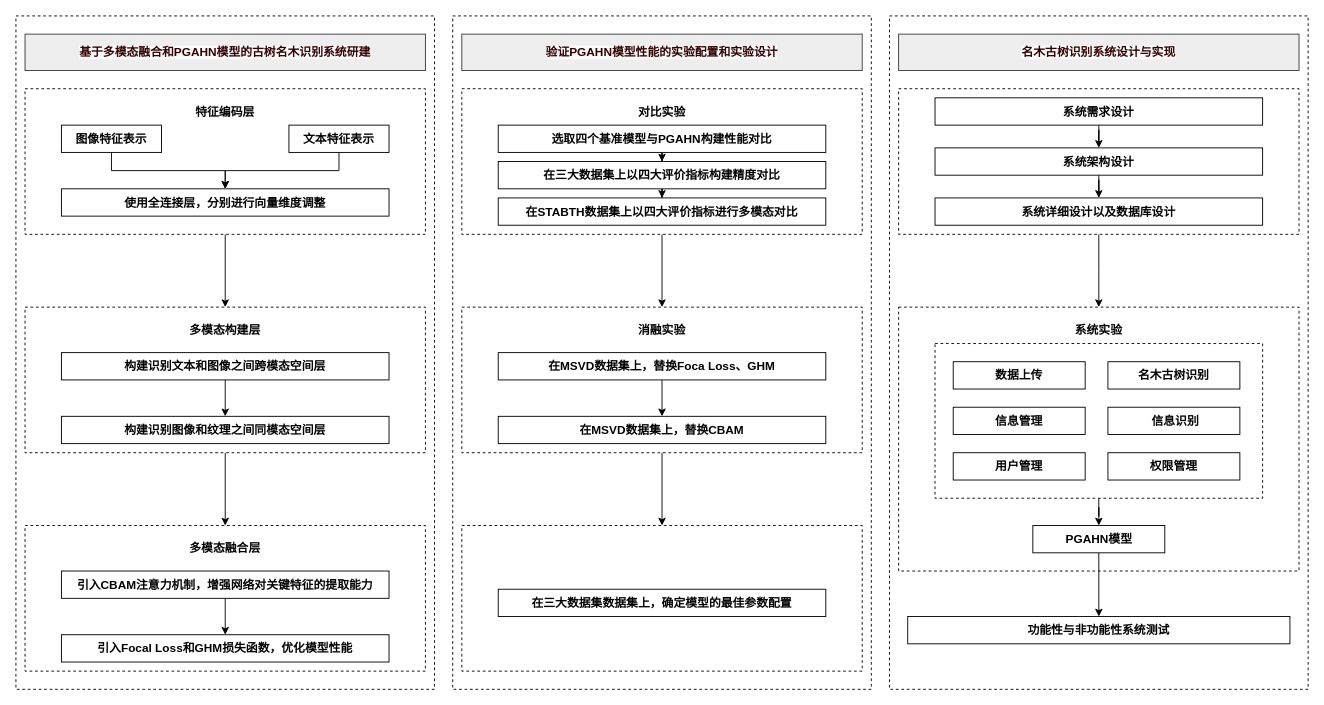
Above: word/第1章/第一章.drawio in ssl1995/imooc-wiki (draw.io), before the change. Source tidied: cells renumbered, new cells numbered last; positions are measured from the earlier drawing's top-left corner, leaving out a move shared by most shapes. Both pictures are drawn from the tidied source at 91%, with x=0, y=0 at pixel (15, 15).
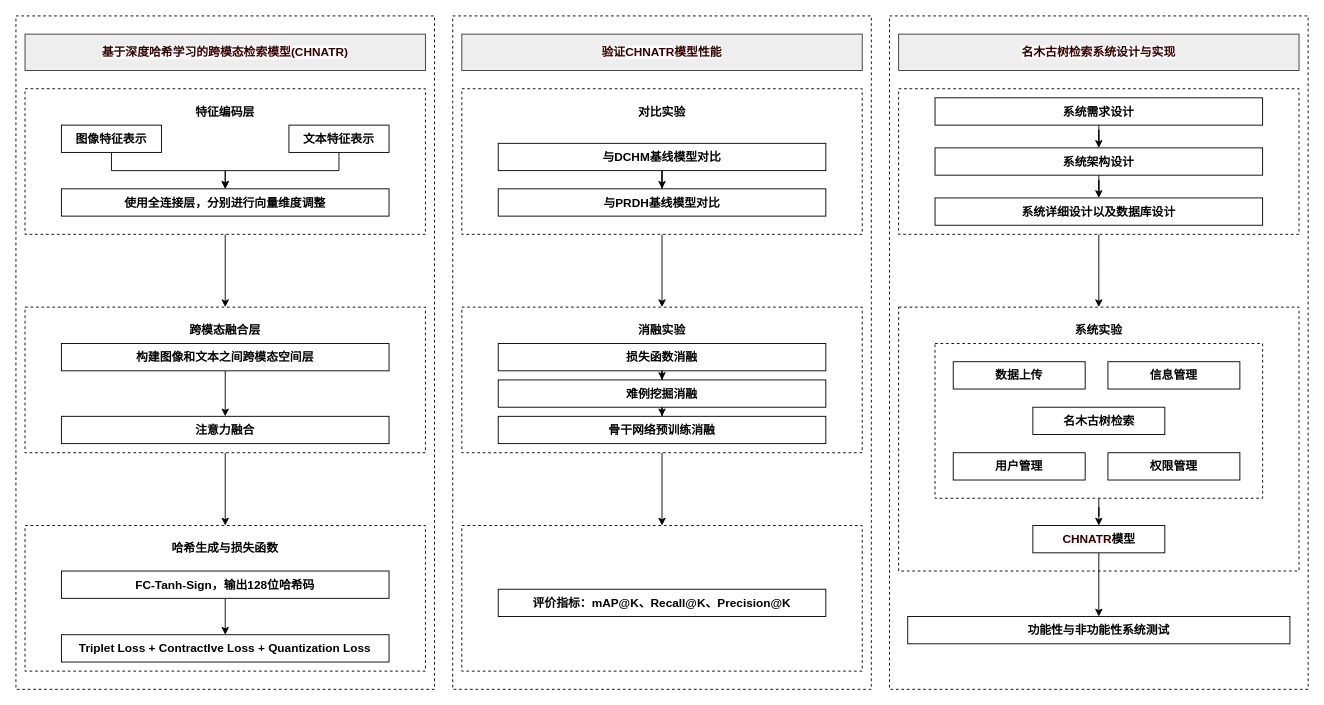
The same page after the edit.

Change to the diagram source:
```diff
@@
-    <mxCell id="8" value="&lt;div style=&quot;text-align: left;&quot;&gt;&lt;font face=&quot;微软雅黑&quot; style=&quot;color: rgb(51, 0, 0);&quot;&gt;&lt;span style=&quot;caret-color: rgb(231, 79, 76); background-color: rgb(250, 250, 250);&quot;&gt;&lt;span&gt;基于多模态融合和PGAHN模型的古树名木识别系统研建&lt;/span&gt;&lt;/span&gt;&lt;/font&gt;&lt;/div&gt;" style="rounded=0;whiteSpace=wrap;html=1;fontStyle=1;fillColor=#eeeeee;strokeColor=#36393d;fontSize=13;" parent="1" vertex="1">
+    <mxCell id="8" value="&lt;div style=&quot;text-align: left;&quot;&gt;&lt;font face=&quot;微软雅黑&quot; style=&quot;color: rgb(51, 0, 0);&quot;&gt;&lt;span style=&quot;caret-color: rgb(231, 79, 76); background-color: rgb(250, 250, 250);&quot;&gt;&lt;span&gt;基于深度哈希学习的跨模态检索模型(CHNATR)&lt;/span&gt;&lt;/span&gt;&lt;/font&gt;&lt;/div&gt;" style="rounded=0;whiteSpace=wrap;html=1;fontStyle=1;fillColor=#eeeeee;strokeColor=#36393d;fontSize=13;" parent="1" vertex="1">
       <mxGeometry x="10" y="20" width="440" height="40" as="geometry" />
     </mxCell>
@@
-    <mxCell id="19" value="多模态构建层" style="rounded=0;whiteSpace=wrap;html=1;fillColor=none;strokeColor=none;fontSize=13;fontStyle=1;" parent="1" vertex="1">
+    <mxCell id="19" value="跨模态融合层" style="rounded=0;whiteSpace=wrap;html=1;fillColor=none;strokeColor=none;fontSize=13;fontStyle=1;" parent="1" vertex="1">
       <mxGeometry x="170" y="330" width="120" height="30" as="geometry" />
     </mxCell>
@@
-    <mxCell id="21" value="构建识别文本和图像之间跨模态空间层" style="rounded=0;whiteSpace=wrap;html=1;fontSize=13;fontStyle=1;" parent="1" vertex="1">
-      <mxGeometry x="50" y="370" width="360" height="30" as="geometry" />
+    <mxCell id="21" value="构建图像和文本之间跨模态空间层" style="rounded=0;whiteSpace=wrap;html=1;fontSize=13;fontStyle=1;" parent="1" vertex="1">
+      <mxGeometry x="50" y="360" width="360" height="30" as="geometry" />
     </mxCell>
-    <mxCell id="22" value="构建识别图像和纹理之间同模态空间层" style="rounded=0;whiteSpace=wrap;html=1;fontSize=13;fontStyle=1;" parent="1" vertex="1">
+    <mxCell id="22" value="注意力融合" style="rounded=0;whiteSpace=wrap;html=1;fontSize=13;fontStyle=1;" parent="1" vertex="1">
       <mxGeometry x="50" y="440" width="360" height="30" as="geometry" />
     </mxCell>
@@
-    <mxCell id="24" value="多模态融合层" style="rounded=0;whiteSpace=wrap;html=1;strokeColor=none;fontSize=13;fontStyle=1;" parent="1" vertex="1">
+    <mxCell id="24" value="哈希生成与损失函数" style="rounded=0;whiteSpace=wrap;html=1;strokeColor=none;fontSize=13;fontStyle=1;" parent="1" vertex="1">
       <mxGeometry x="170" y="570" width="120" height="30" as="geometry" />
     </mxCell>
@@
-    <mxCell id="26" value="引入CBAM注意力机制，增强网络对关键特征的提取能力" style="rounded=0;whiteSpace=wrap;html=1;fontSize=13;fontStyle=1;" parent="1" vertex="1">
+    <mxCell id="26" value="FC-Tanh-Sign，输出128位哈希码" style="rounded=0;whiteSpace=wrap;html=1;fontSize=13;fontStyle=1;" parent="1" vertex="1">
       <mxGeometry x="50" y="610" width="360" height="30" as="geometry" />
     </mxCell>
-    <mxCell id="27" value="引入Focal Loss和GHM损失函数，优化模型性能" style="rounded=0;whiteSpace=wrap;html=1;fontSize=13;fontStyle=1;" parent="1" vertex="1">
+    <mxCell id="27" value="Triplet Loss + ContractIve Loss + Quantization Loss" style="rounded=0;whiteSpace=wrap;html=1;fontSize=13;fontStyle=1;" parent="1" vertex="1">
       <mxGeometry x="50" y="680" width="360" height="30" as="geometry" />
     </mxCell>
-    <mxCell id="28" value="&lt;div style=&quot;text-align: left;&quot;&gt;&lt;font color=&quot;#330000&quot; face=&quot;微软雅黑&quot;&gt;&lt;span style=&quot;caret-color: rgb(231, 79, 76); background-color: rgb(250, 250, 250);&quot;&gt;&lt;span&gt;验证PGAHN模型性能的实验配置和实验设计&lt;/span&gt;&lt;/span&gt;&lt;/font&gt;&lt;/div&gt;" style="rounded=0;whiteSpace=wrap;html=1;fillColor=#eeeeee;strokeColor=#36393d;fontStyle=1;fontSize=13;" parent="1" vertex="1">
+    <mxCell id="28" value="&lt;div style=&quot;text-align: left;&quot;&gt;&lt;font color=&quot;#330000&quot; face=&quot;微软雅黑&quot;&gt;&lt;span style=&quot;caret-color: rgb(231, 79, 76); background-color: rgb(250, 250, 250);&quot;&gt;&lt;span&gt;验证&lt;/span&gt;CHNATR&lt;span&gt;模型性能&lt;/span&gt;&lt;/span&gt;&lt;/font&gt;&lt;/div&gt;" style="rounded=0;whiteSpace=wrap;html=1;fillColor=#eeeeee;strokeColor=#36393d;fontStyle=1;fontSize=13;" parent="1" vertex="1">
       <mxGeometry x="490" y="20" width="440" height="40" as="geometry" />
     </mxCell>
@@
-    <mxCell id="32" style="edgeStyle=orthogonalEdgeStyle;rounded=0;jettySize=auto;html=1;entryX=0.5;entryY=0;entryDx=0;entryDy=0;fontSize=13;fontStyle=1;" parent="1" edge="1" source="33" target="35">
-      <mxGeometry relative="1" as="geometry" />
+    <mxCell id="32" style="edgeStyle=orthogonalEdgeStyle;rounded=0;jettySize=auto;html=1;entryX=0.5;entryY=0;entryDx=0;entryDy=0;fontSize=13;fontStyle=1;" parent="1" edge="1" target="35">
+      <mxGeometry relative="1" as="geometry">
+        <mxPoint x="710" y="150" as="sourcePoint" />
+      </mxGeometry>
     </mxCell>
-    <mxCell id="33" value="选取四个基准模型与PGAHN构建性能对比" style="rounded=0;whiteSpace=wrap;html=1;fontSize=13;fontStyle=1;" parent="1" vertex="1">
-      <mxGeometry x="530" y="120" width="360" height="30" as="geometry" />
-    </mxCell>
@@
-    <mxCell id="35" value="在三大数据集上以四大评价指标构建精度对比" style="rounded=0;whiteSpace=wrap;html=1;fontSize=13;fontStyle=1;" parent="1" vertex="1">
-      <mxGeometry x="530" y="160" width="360" height="30" as="geometry" />
+    <mxCell id="35" value="与DCHM基线模型对比" style="rounded=0;whiteSpace=wrap;html=1;fontSize=13;fontStyle=1;" parent="1" vertex="1">
+      <mxGeometry x="530" y="140" width="360" height="30" as="geometry" />
     </mxCell>
@@
-    <mxCell id="40" value="在MSVD数据集上，替换Foca Loss、GHM" style="rounded=0;whiteSpace=wrap;html=1;fontSize=13;fontStyle=1;" parent="1" vertex="1">
-      <mxGeometry x="530" y="370" width="360" height="30" as="geometry" />
+    <mxCell id="40" value="损失函数消融" style="rounded=0;whiteSpace=wrap;html=1;fontSize=13;fontStyle=1;" parent="1" vertex="1">
+      <mxGeometry x="530" y="360" width="360" height="30" as="geometry" />
     </mxCell>
+    <mxCell id="63" style="edgeStyle=orthogonalEdgeStyle;rounded=0;jettySize=auto;html=1;entryX=0.5;entryY=0;entryDx=0;entryDy=0;" parent="1" edge="1" source="41" target="64">
+      <mxGeometry relative="1" as="geometry" />
+    </mxCell>
-    <mxCell id="41" value="在MSVD数据集上，替换CBAM" style="rounded=0;whiteSpace=wrap;html=1;fontSize=13;fontStyle=1;" parent="1" vertex="1">
-      <mxGeometry x="530" y="440" width="360" height="30" as="geometry" />
+    <mxCell id="41" value="难例挖掘消融" style="rounded=0;whiteSpace=wrap;html=1;fontSize=13;fontStyle=1;" parent="1" vertex="1">
+      <mxGeometry x="530" y="400" width="360" height="30" as="geometry" />
     </mxCell>
@@
-    <mxCell id="43" value="在三大数据集数据集上，确定模型的最佳参数配置" style="rounded=0;whiteSpace=wrap;html=1;fontSize=13;fontStyle=1;" parent="1" vertex="1">
+    <mxCell id="43" value="评价指标：mAP@K、Recall@K、Precision@K" style="rounded=0;whiteSpace=wrap;html=1;fontSize=13;fontStyle=1;" parent="1" vertex="1">
       <mxGeometry x="530" y="630" width="360" height="30" as="geometry" />
     </mxCell>
-    <mxCell id="44" value="&lt;div style=&quot;text-align: left;&quot;&gt;&lt;font color=&quot;#330000&quot; face=&quot;微软雅黑&quot;&gt;&lt;span style=&quot;caret-color: rgb(231, 79, 76); background-color: rgb(250, 250, 250);&quot;&gt;&lt;span&gt;名木古树识别系统设计与实现&lt;/span&gt;&lt;/span&gt;&lt;/font&gt;&lt;/div&gt;" style="rounded=0;whiteSpace=wrap;html=1;fillColor=#eeeeee;strokeColor=#36393d;fontStyle=1;fontSize=13;" parent="1" vertex="1">
+    <mxCell id="44" value="&lt;div style=&quot;text-align: left;&quot;&gt;&lt;font color=&quot;#330000&quot; face=&quot;微软雅黑&quot;&gt;&lt;span style=&quot;caret-color: rgb(231, 79, 76); background-color: rgb(250, 250, 250);&quot;&gt;&lt;span&gt;名木古树检索系统设计与实现&lt;/span&gt;&lt;/span&gt;&lt;/font&gt;&lt;/div&gt;" style="rounded=0;whiteSpace=wrap;html=1;fillColor=#eeeeee;strokeColor=#36393d;fontStyle=1;fontSize=13;" parent="1" vertex="1">
       <mxGeometry x="970" y="20" width="440" height="40" as="geometry" />
     </mxCell>
@@
-    <mxCell id="54" value="名木古树识别" style="rounded=0;whiteSpace=wrap;html=1;fontSize=13;fontStyle=1;" parent="1" vertex="1">
-      <mxGeometry x="1200" y="380" width="145" height="30" as="geometry" />
+    <mxCell id="54" value="名木古树检索" style="rounded=0;whiteSpace=wrap;html=1;fontSize=13;fontStyle=1;" parent="1" vertex="1">
+      <mxGeometry x="1117.5" y="430" width="145" height="30" as="geometry" />
     </mxCell>
     <mxCell id="55" value="信息管理" style="rounded=0;whiteSpace=wrap;html=1;fontSize=13;fontStyle=1;" parent="1" vertex="1">
-      <mxGeometry x="1030" y="430" width="145" height="30" as="geometry" />
+      <mxGeometry x="1200" y="380" width="145" height="30" as="geometry" />
     </mxCell>
-    <mxCell id="56" value="&amp;nbsp;信息识别" style="rounded=0;whiteSpace=wrap;html=1;fontSize=13;fontStyle=1;" parent="1" vertex="1">
-      <mxGeometry x="1200" y="430" width="145" height="30" as="geometry" />
-    </mxCell>
@@
-    <mxCell id="60" value="PGAHN模型" style="rounded=0;whiteSpace=wrap;html=1;fontSize=13;fontStyle=1;" parent="1" vertex="1">
+    <mxCell id="60" value="&lt;span style=&quot;color: rgb(51, 0, 0); font-family: 微软雅黑; text-align: left; caret-color: rgb(231, 79, 76); background-color: rgb(250, 250, 250);&quot;&gt;CHNATR&lt;/span&gt;模型" style="rounded=0;whiteSpace=wrap;html=1;fontSize=13;fontStyle=1;" parent="1" vertex="1">
       <mxGeometry x="1117.5" y="560" width="145" height="30" as="geometry" />
     </mxCell>
@@
-    <mxCell id="62" value="在STABTH数据集上以四大评价指标进行多模态对比" style="rounded=0;whiteSpace=wrap;html=1;fontSize=13;fontStyle=1;" parent="1" vertex="1">
-      <mxGeometry x="530" y="200" width="360" height="30" as="geometry" />
+    <mxCell id="62" value="与PRDH基线模型对比" style="rounded=0;whiteSpace=wrap;html=1;fontSize=13;fontStyle=1;" parent="1" vertex="1">
+      <mxGeometry x="530" y="190" width="360" height="30" as="geometry" />
     </mxCell>
+    <mxCell id="64" value="骨干网络预训练消融" style="rounded=0;whiteSpace=wrap;html=1;fontSize=13;fontStyle=1;" parent="1" vertex="1">
+      <mxGeometry x="530" y="440" width="360" height="30" as="geometry" />
+    </mxCell>
```
